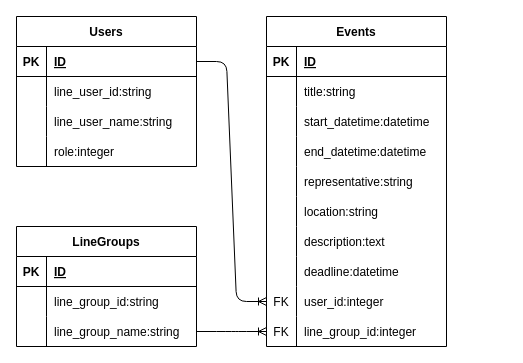
This is ER.drawio from ryosuke1212/chousei_boy, a draw.io file, before an edit. Source tidied: cells renumbered, new cells numbered last; positions are measured from the earlier drawing's top-left corner, leaving out a move shared by most shapes. Both pictures are drawn from the tidied source at 100%, with x=0, y=0 at pixel (16, 16).
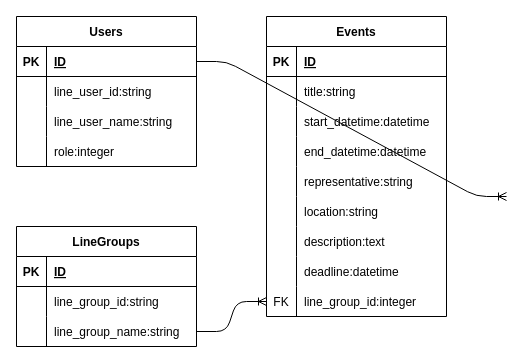
Above is the later version.

Commit message:
fix: user_idカラムの削除

The change refers to these unchanged cells:
```xml
<mxCell id="3" style="shape=tableRow;horizontal=0;startSize=0;swimlaneHead=0;swimlaneBody=0;fillColor=none;points=[[0,0.5],[1,0.5]];portConstraint=eastwest;top=0;left=0;right=0;bottom=1;" parent="2" vertex="1">
  <mxGeometry y="30" width="180" height="30" as="geometry" />
</mxCell>
```

Diff of the diagram source:
```diff
@@
     <mxCell id="25" value="Events" style="shape=table;startSize=30;childLayout=tableLayout;rowLines=0;fontStyle=1;align=center;" parent="1" vertex="1">
-      <mxGeometry x="250" width="180" height="330" as="geometry" />
+      <mxGeometry x="250" width="180" height="300" as="geometry" />
     </mxCell>
@@
-    <mxCell id="50" style="shape=tableRow;horizontal=0;startSize=0;swimlaneHead=0;swimlaneBody=0;fillColor=none;points=[[0,0.5],[1,0.5]];portConstraint=eastwest;top=0;left=0;right=0;bottom=0;" parent="25" vertex="1">
-      <mxGeometry y="270" width="180" height="30" as="geometry" />
-    </mxCell>
-    <mxCell id="51" value="FK" style="shape=partialRectangle;fillColor=none;top=0;left=0;bottom=0;right=0;overflow=hidden;" parent="50" vertex="1">
-      <mxGeometry width="30" height="30" as="geometry" />
-    </mxCell>
-    <mxCell id="52" value="user_id:integer" style="shape=partialRectangle;fillColor=none;top=0;left=0;bottom=0;right=0;align=left;spacingLeft=6;overflow=hidden;" parent="50" vertex="1">
-      <mxGeometry x="30" width="150" height="30" as="geometry" />
-    </mxCell>
     <mxCell id="53" style="shape=tableRow;horizontal=0;startSize=0;swimlaneHead=0;swimlaneBody=0;fillColor=none;points=[[0,0.5],[1,0.5]];portConstraint=eastwest;top=0;left=0;right=0;bottom=0;" parent="25" vertex="1">
-      <mxGeometry y="300" width="180" height="30" as="geometry" />
+      <mxGeometry y="270" width="180" height="30" as="geometry" />
     </mxCell>
@@
-    <mxCell id="56" style="edgeStyle=entityRelationEdgeStyle;fontSize=12;html=1;endArrow=ERoneToMany;exitX=1;exitY=0.5;exitDx=0;exitDy=0;entryX=0;entryY=0.5;entryDx=0;entryDy=0;" parent="1" edge="1" source="3" target="50">
-      <mxGeometry relative="1" as="geometry" />
+    <mxCell id="56" style="edgeStyle=entityRelationEdgeStyle;fontSize=12;html=1;endArrow=ERoneToMany;exitX=1;exitY=0.5;exitDx=0;exitDy=0;entryX=0;entryY=0.5;entryDx=0;entryDy=0;" parent="1" edge="1" source="3">
+      <mxGeometry relative="1" as="geometry">
+        <mxPoint x="490" y="180" as="targetPoint" />
+      </mxGeometry>
     </mxCell>
```
